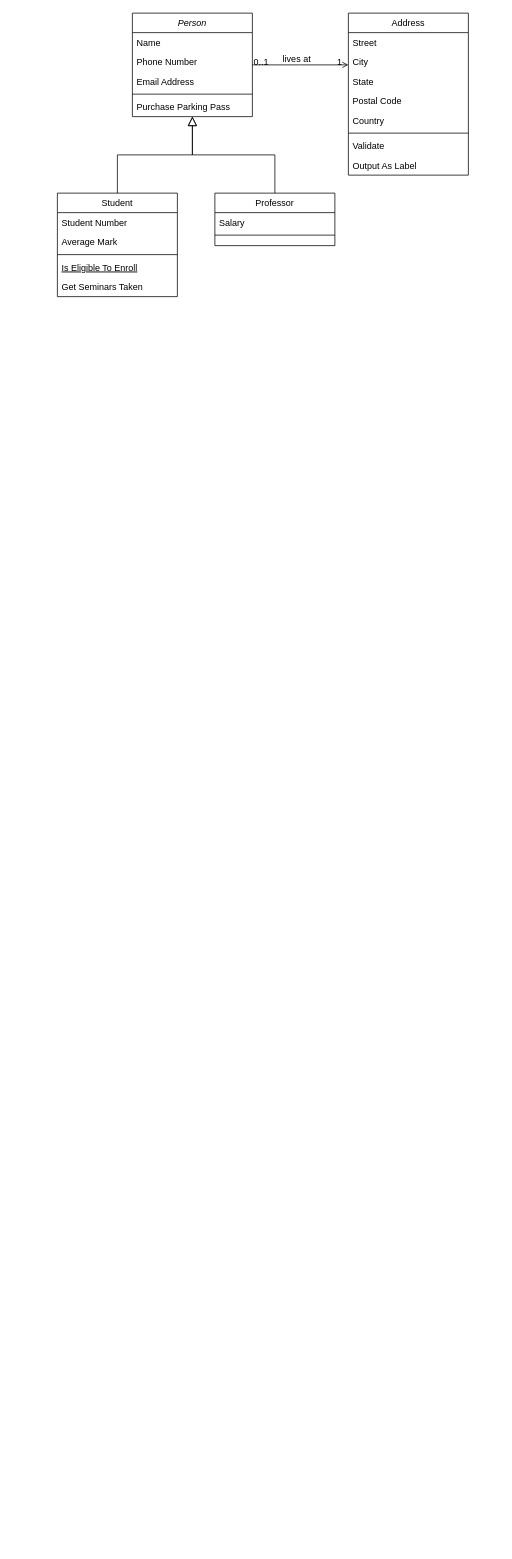
Before: page "ADMINISTRADOR" (4 of 4) of UML.drawio in BROC95/JJB_sw, a draw.io diagram. Source tidied: cells renumbered, new cells numbered last; positions are measured from the earlier drawing's top-left corner, leaving out a move shared by most shapes. Both pictures are drawn from the tidied source at 75%, with x=0, y=0 at pixel (57, 13).
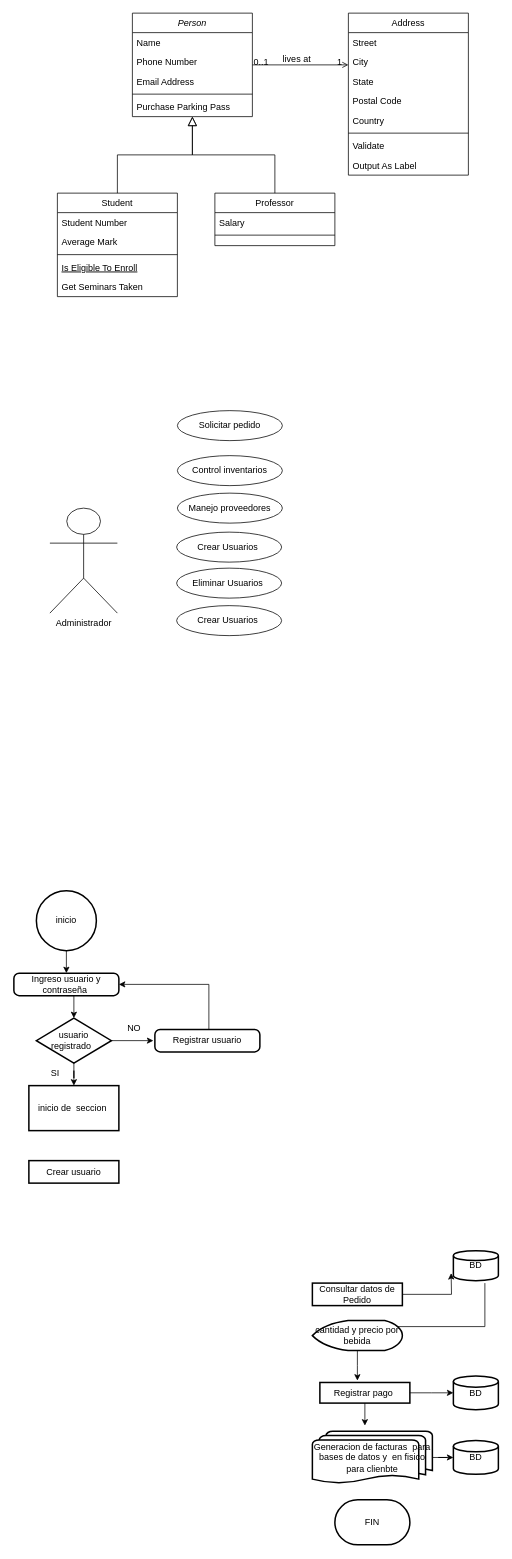
The same page after the edit.

The edit, as a diff of the source:
```diff
@@
+    <mxCell id="32" value="Administrador" style="shape=umlActor;verticalLabelPosition=bottom;verticalAlign=top;html=1;" parent="1" vertex="1">
+      <mxGeometry x="-10" y="660" width="90" height="140" as="geometry" />
+    </mxCell>
+    <mxCell id="33" value="Solicitar pedido" style="ellipse;whiteSpace=wrap;html=1;" parent="1" vertex="1">
+      <mxGeometry x="160" y="530" width="140" height="40" as="geometry" />
+    </mxCell>
+    <mxCell id="34" value="Control inventarios" style="ellipse;whiteSpace=wrap;html=1;" parent="1" vertex="1">
+      <mxGeometry x="160" y="590" width="140" height="40" as="geometry" />
+    </mxCell>
+    <mxCell id="35" value="Manejo proveedores" style="ellipse;whiteSpace=wrap;html=1;" parent="1" vertex="1">
+      <mxGeometry x="160" y="640" width="140" height="40" as="geometry" />
+    </mxCell>
+    <mxCell id="36" value="Crear Usuarios&amp;nbsp;" style="ellipse;whiteSpace=wrap;html=1;" parent="1" vertex="1">
+      <mxGeometry x="159" y="692" width="140" height="40" as="geometry" />
+    </mxCell>
+    <mxCell id="37" value="Eliminar Usuarios&amp;nbsp;" style="ellipse;whiteSpace=wrap;html=1;" parent="1" vertex="1">
+      <mxGeometry x="159" y="740" width="140" height="40" as="geometry" />
+    </mxCell>
+    <mxCell id="38" value="Crear Usuarios&amp;nbsp;" style="ellipse;whiteSpace=wrap;html=1;" parent="1" vertex="1">
+      <mxGeometry x="159" y="790" width="140" height="40" as="geometry" />
+    </mxCell>
+    <mxCell id="39" style="edgeStyle=orthogonalEdgeStyle;rounded=0;jettySize=auto;html=1;entryX=0.5;entryY=0;entryDx=0;entryDy=0;" parent="1" edge="1" target="41">
+      <mxGeometry relative="1" as="geometry">
+        <mxPoint x="12" y="1250" as="sourcePoint" />
+      </mxGeometry>
+    </mxCell>
+    <mxCell id="40" value="inicio" style="strokeWidth=2;html=1;shape=mxgraph.flowchart.start_2;whiteSpace=wrap;" parent="1" vertex="1">
+      <mxGeometry x="-28" y="1170" width="80" height="80" as="geometry" />
+    </mxCell>
+    <mxCell id="41" value="Ingreso usuario y contraseña&amp;nbsp;" style="rounded=1;whiteSpace=wrap;html=1;absoluteArcSize=1;arcSize=14;strokeWidth=2;" parent="1" vertex="1">
+      <mxGeometry x="-58" y="1280" width="140" height="30" as="geometry" />
+    </mxCell>
+    <mxCell id="42" style="edgeStyle=orthogonalEdgeStyle;rounded=0;jettySize=auto;html=1;entryX=0.5;entryY=0;entryDx=0;entryDy=0;" parent="1" edge="1" source="44" target="46">
+      <mxGeometry relative="1" as="geometry" />
+    </mxCell>
+    <mxCell id="43" style="edgeStyle=orthogonalEdgeStyle;rounded=0;orthogonalLoop=1;jettySize=auto;html=1;" parent="1" edge="1">
+      <mxGeometry relative="1" as="geometry">
+        <mxPoint x="58" y="1370" as="sourcePoint" />
+        <mxPoint x="128" y="1370" as="targetPoint" />
+      </mxGeometry>
+    </mxCell>
+    <mxCell id="44" value="usuario registrado&amp;nbsp;&amp;nbsp;" style="strokeWidth=2;html=1;shape=mxgraph.flowchart.decision;whiteSpace=wrap;" parent="1" vertex="1">
+      <mxGeometry x="-28" y="1340" width="100" height="60" as="geometry" />
+    </mxCell>
+    <mxCell id="45" style="edgeStyle=orthogonalEdgeStyle;rounded=0;jettySize=auto;html=1;exitX=0.5;exitY=0;exitDx=0;exitDy=0;" parent="1" edge="1" source="46">
+      <mxGeometry relative="1" as="geometry">
+        <mxPoint x="22" y="1430" as="targetPoint" />
+      </mxGeometry>
+    </mxCell>
+    <mxCell id="46" value="inicio de&amp;nbsp; seccion&amp;nbsp;" style="whiteSpace=wrap;html=1;strokeWidth=2;" parent="1" vertex="1">
+      <mxGeometry x="-38" y="1430" width="120" height="60" as="geometry" />
+    </mxCell>
+    <mxCell id="47" style="edgeStyle=orthogonalEdgeStyle;rounded=0;jettySize=auto;html=1;exitX=0.5;exitY=1;exitDx=0;exitDy=0;entryX=0.5;entryY=0;entryDx=0;entryDy=0;entryPerimeter=0;" parent="1" edge="1" source="41" target="44">
+      <mxGeometry relative="1" as="geometry" />
+    </mxCell>
+    <mxCell id="48" value="NO" style="text;html=1;align=center;verticalAlign=middle;strokeColor=none;fillColor=none;" parent="1" vertex="1">
+      <mxGeometry x="82" y="1338" width="40" height="30" as="geometry" />
+    </mxCell>
+    <mxCell id="49" value="SI" style="text;html=1;align=center;verticalAlign=middle;strokeColor=none;fillColor=none;" parent="1" vertex="1">
+      <mxGeometry x="-18" y="1398" width="30" height="30" as="geometry" />
+    </mxCell>
+    <mxCell id="50" style="edgeStyle=orthogonalEdgeStyle;rounded=0;jettySize=auto;html=1;entryX=1;entryY=0.5;entryDx=0;entryDy=0;" parent="1" edge="1" target="41">
+      <mxGeometry relative="1" as="geometry">
+        <mxPoint x="202" y="1355" as="sourcePoint" />
+        <Array as="points">
+          <mxPoint x="202" y="1295" />
+        </Array>
+      </mxGeometry>
+    </mxCell>
+    <mxCell id="51" style="edgeStyle=orthogonalEdgeStyle;rounded=0;jettySize=auto;html=1;entryX=-0.05;entryY=0.667;entryDx=0;entryDy=0;entryPerimeter=0;" parent="1" edge="1" source="52">
+      <mxGeometry relative="1" as="geometry">
+        <mxPoint x="525" y="1680" as="targetPoint" />
+      </mxGeometry>
+    </mxCell>
+    <mxCell id="52" value="Consultar datos de Pedido" style="whiteSpace=wrap;html=1;strokeWidth=2;" parent="1" vertex="1">
+      <mxGeometry x="340" y="1693.3" width="120" height="30" as="geometry" />
+    </mxCell>
+    <mxCell id="53" style="edgeStyle=orthogonalEdgeStyle;rounded=0;jettySize=auto;html=1;entryX=0.92;entryY=0.14;entryDx=0;entryDy=0;entryPerimeter=0;" parent="1" edge="1" target="58">
+      <mxGeometry relative="1" as="geometry">
+        <mxPoint x="570" y="1693.3" as="sourcePoint" />
+        <Array as="points">
+          <mxPoint x="570" y="1751.3" />
+        </Array>
+      </mxGeometry>
+    </mxCell>
+    <mxCell id="54" value="BD" style="strokeWidth=2;html=1;shape=mxgraph.flowchart.database;whiteSpace=wrap;" parent="1" vertex="1">
+      <mxGeometry x="528" y="1650" width="60" height="40" as="geometry" />
+    </mxCell>
+    <mxCell id="55" value="Registrar pago&amp;nbsp;" style="whiteSpace=wrap;html=1;strokeWidth=2;" parent="1" vertex="1">
+      <mxGeometry x="350" y="1825.8" width="120" height="27.5" as="geometry" />
+    </mxCell>
+    <mxCell id="56" value="BD" style="strokeWidth=2;html=1;shape=mxgraph.flowchart.database;whiteSpace=wrap;" parent="1" vertex="1">
+      <mxGeometry x="528" y="1817.1" width="60" height="45" as="geometry" />
+    </mxCell>
+    <mxCell id="57" style="edgeStyle=orthogonalEdgeStyle;rounded=0;jettySize=auto;html=1;" parent="1" edge="1" source="58">
+      <mxGeometry relative="1" as="geometry">
+        <mxPoint x="400" y="1823.3" as="targetPoint" />
+      </mxGeometry>
+    </mxCell>
+    <mxCell id="58" value="cantidad y precio por bebida" style="strokeWidth=2;html=1;shape=mxgraph.flowchart.display;whiteSpace=wrap;" parent="1" vertex="1">
+      <mxGeometry x="340" y="1743.3" width="120" height="40" as="geometry" />
+    </mxCell>
+    <mxCell id="59" style="edgeStyle=orthogonalEdgeStyle;rounded=0;jettySize=auto;html=1;entryX=0;entryY=0.5;entryDx=0;entryDy=0;entryPerimeter=0;" parent="1" edge="1" source="55" target="56">
+      <mxGeometry relative="1" as="geometry" />
+    </mxCell>
+    <mxCell id="60" style="edgeStyle=orthogonalEdgeStyle;rounded=0;jettySize=auto;html=1;entryX=0.5;entryY=0;entryDx=0;entryDy=0;entryPerimeter=0;" parent="1" edge="1" source="55">
+      <mxGeometry relative="1" as="geometry">
+        <mxPoint x="410" y="1883.3" as="targetPoint" />
+      </mxGeometry>
+    </mxCell>
+    <mxCell id="61" style="edgeStyle=orthogonalEdgeStyle;rounded=0;jettySize=auto;html=1;" parent="1" edge="1" source="62" target="63">
+      <mxGeometry relative="1" as="geometry" />
+    </mxCell>
+    <mxCell id="62" value="Generacion de facturas&amp;nbsp; para bases de datos y&amp;nbsp; en fisico para clienbte" style="strokeWidth=2;html=1;shape=mxgraph.flowchart.multi-document;whiteSpace=wrap;" parent="1" vertex="1">
+      <mxGeometry x="340" y="1890.8" width="160" height="70" as="geometry" />
+    </mxCell>
+    <mxCell id="63" value="BD" style="strokeWidth=2;html=1;shape=mxgraph.flowchart.database;whiteSpace=wrap;" parent="1" vertex="1">
+      <mxGeometry x="528" y="1903.3" width="60" height="45" as="geometry" />
+    </mxCell>
+    <mxCell id="64" value="FIN" style="strokeWidth=2;html=1;shape=mxgraph.flowchart.terminator;whiteSpace=wrap;" parent="1" vertex="1">
+      <mxGeometry x="370" y="1982.3" width="100" height="60" as="geometry" />
+    </mxCell>
+    <mxCell id="65" value="Registrar usuario" style="rounded=1;whiteSpace=wrap;html=1;absoluteArcSize=1;arcSize=14;strokeWidth=2;" parent="1" vertex="1">
+      <mxGeometry x="130" y="1355" width="140" height="30" as="geometry" />
+    </mxCell>
+    <mxCell id="66" value="Crear usuario" style="whiteSpace=wrap;html=1;strokeWidth=2;" parent="1" vertex="1">
+      <mxGeometry x="-38" y="1530" width="120" height="30" as="geometry" />
+    </mxCell>
```
